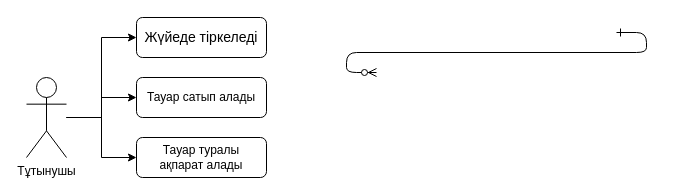
This is Диаграмма без названия.drawio from mbayzhanova/nyx_react_project, a draw.io file, before an edit. Source tidied: cells renumbered, new cells numbered last; positions are measured from the earlier drawing's top-left corner, leaving out a move shared by most shapes. Both pictures are drawn from the tidied source at 100%, with x=0, y=0 at pixel (26, 17).
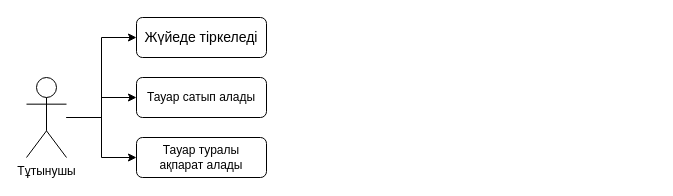
The same page after the edit.

Diff of the diagram source:
```diff
@@
 <mxGraphModel>
   <root>
     <mxCell id="0" />
     <mxCell id="1" parent="0" />
-    <mxCell id="2" style="edgeStyle=entityRelationEdgeStyle;endArrow=ERzeroToMany;startArrow=ERone;endFill=1;startFill=0;" parent="1" edge="1">
-      <mxGeometry relative="1" as="geometry">
-        <mxPoint x="590" y="15" as="sourcePoint" />
-        <mxPoint x="350" y="55" as="targetPoint" />
-      </mxGeometry>
-    </mxCell>
     <mxCell id="3" style="edgeStyle=orthogonalEdgeStyle;rounded=0;jettySize=auto;html=1;entryX=0;entryY=0.5;entryDx=0;entryDy=0;" parent="1" edge="1" source="6" target="7">
       <mxGeometry relative="1" as="geometry" />
     </mxCell>
     <mxCell id="4" style="edgeStyle=orthogonalEdgeStyle;rounded=0;jettySize=auto;html=1;entryX=0;entryY=0.5;entryDx=0;entryDy=0;" parent="1" edge="1" source="6" target="8">
       <mxGeometry relative="1" as="geometry" />
     </mxCell>
     <mxCell id="5" style="edgeStyle=orthogonalEdgeStyle;rounded=0;jettySize=auto;html=1;entryX=0;entryY=0.5;entryDx=0;entryDy=0;" parent="1" edge="1" source="6" target="9">
       <mxGeometry relative="1" as="geometry" />
     </mxCell>
     <mxCell id="6" value="Тұтынушы" style="shape=umlActor;verticalLabelPosition=bottom;verticalAlign=top;html=1;outlineConnect=0;" parent="1" vertex="1">
       <mxGeometry y="60" width="40" height="80" as="geometry" />
     </mxCell>
     <mxCell id="7" value="&lt;font style=&quot;font-size: 14px;&quot;&gt;Жүйеде тіркеледі&lt;/font&gt;" style="rounded=1;whiteSpace=wrap;html=1;" parent="1" vertex="1">
       <mxGeometry x="110" width="130" height="40" as="geometry" />
     </mxCell>
     <mxCell id="8" value="Тауар сатып алады" style="rounded=1;whiteSpace=wrap;html=1;" parent="1" vertex="1">
       <mxGeometry x="110" y="60" width="130" height="40" as="geometry" />
     </mxCell>
     <mxCell id="9" value="Тауар туралы&lt;br&gt;ақпарат алады" style="rounded=1;whiteSpace=wrap;html=1;" parent="1" vertex="1">
       <mxGeometry x="110" y="120" width="130" height="40" as="geometry" />
     </mxCell>
   </root>
 </mxGraphModel>
```
